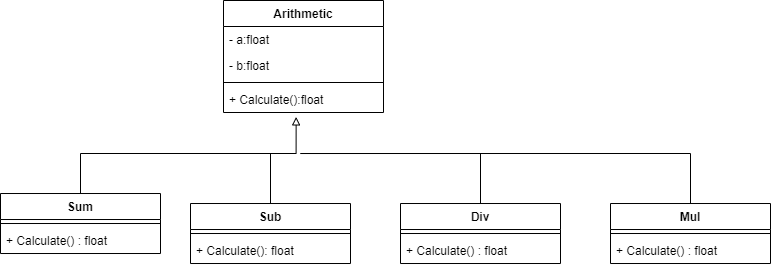
deeperj/rust keeps this draw.io diagram as schema/arithmetic.png. Above is the earlier version. Source tidied: cells renumbered, new cells last; positions are measured from the earlier drawing's top-left corner, leaving out a move shared by most shapes.
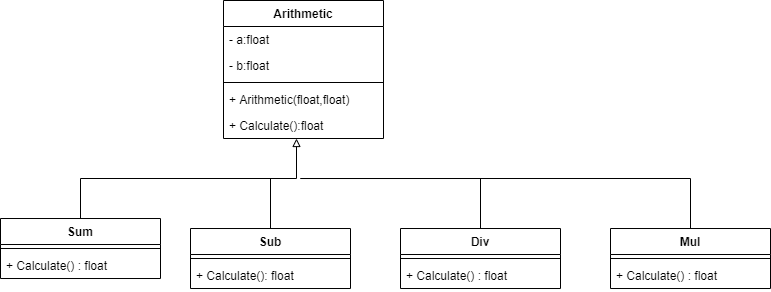
The same diagram one commit later.

Diff of the diagram source:
```diff
@@ -3,7 +3,7 @@
     <mxCell id="0" />
     <mxCell id="1" parent="0" />
     <mxCell id="2" value="Arithmetic" style="swimlane;fontStyle=1;align=center;verticalAlign=top;horizontal=1;startSize=26;" parent="1" vertex="1">
-      <mxGeometry x="223" width="160" height="112" as="geometry" />
+      <mxGeometry x="223" y="-25" width="160" height="138" as="geometry" />
     </mxCell>
     <mxCell id="3" value="- a:float" style="text;strokeColor=none;fillColor=none;align=left;verticalAlign=top;spacingLeft=4;spacingRight=4;overflow=hidden;" parent="2" vertex="1">
       <mxGeometry y="26" width="160" height="26" as="geometry" />
@@ -14,11 +14,15 @@
     <mxCell id="5" style="line;strokeWidth=1;fillColor=none;align=left;verticalAlign=middle;spacingTop=-1;spacingLeft=3;spacingRight=3;labelPosition=right;" parent="2" vertex="1">
       <mxGeometry y="78" width="160" height="8" as="geometry" />
     </mxCell>
-    <mxCell id="6" value="+ Calculate():float" style="text;strokeColor=none;fillColor=none;align=left;verticalAlign=top;spacingLeft=4;spacingRight=4;overflow=hidden;points=[[0,0.5],[1,0.5]];portConstraint=eastwest;" parent="2" vertex="1">
+    <mxCell id="6" value="+ Arithmetic(float,float)" style="text;strokeColor=none;fillColor=none;align=left;verticalAlign=top;spacingLeft=4;spacingRight=4;overflow=hidden;points=[[0,0.5],[1,0.5]];portConstraint=eastwest;" parent="2" vertex="1">
       <mxGeometry y="86" width="160" height="26" as="geometry" />
     </mxCell>
+    <mxCell id="23" value="+ Calculate():float" style="text;strokeColor=none;fillColor=none;align=left;verticalAlign=top;spacingLeft=4;spacingRight=4;overflow=hidden;" parent="2" vertex="1">
+      <mxGeometry y="112" width="160" height="26" as="geometry" />
+    </mxCell>
-    <mxCell id="7" style="edgeStyle=orthogonalEdgeStyle;rounded=0;jettySize=auto;html=1;exitX=0.5;exitY=0;exitDx=0;exitDy=0;entryX=0.454;entryY=1.169;entryDx=0;entryDy=0;entryPerimeter=0;endArrow=block;endFill=0;" parent="1" edge="1" source="11" target="6">
+    <mxCell id="7" style="edgeStyle=orthogonalEdgeStyle;rounded=0;jettySize=auto;html=1;exitX=0.5;exitY=0;exitDx=0;exitDy=0;endArrow=block;endFill=0;" parent="1" edge="1" source="11">
       <mxGeometry relative="1" as="geometry">
+        <mxPoint x="296" y="113" as="targetPoint" />
         <Array as="points">
           <mxPoint x="80" y="153" />
           <mxPoint x="296" y="153" />
```
